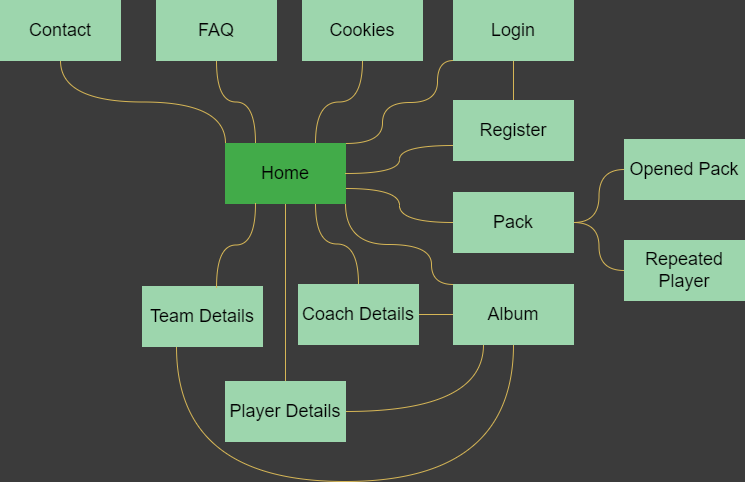
This is docs/mapaWebCVC.png from javieramosfuentes/CVC_projecte_javi, a draw.io export, as it was before one commit. Source tidied: cells renumbered, new cells last; positions are measured from the earlier drawing's top-left corner, leaving out a move shared by most shapes. Source of this version:
```xml
<mxGraphModel background="#3B3B3B">
  <root>
    <mxCell id="0" />
    <mxCell id="1" parent="0" />
    <mxCell id="2" style="edgeStyle=orthogonalEdgeStyle;rounded=0;jettySize=auto;html=1;exitX=0;exitY=0;exitDx=0;exitDy=0;entryX=0.5;entryY=1;entryDx=0;entryDy=0;flowAnimation=0;strokeColor=#d6b656;curved=1;fillColor=#fff2cc;endArrow=none;endFill=0;" parent="1" edge="1" source="10" target="21">
      <mxGeometry relative="1" as="geometry" />
    </mxCell>
    <mxCell id="3" style="edgeStyle=orthogonalEdgeStyle;rounded=0;jettySize=auto;html=1;exitX=0.25;exitY=0;exitDx=0;exitDy=0;entryX=0.5;entryY=1;entryDx=0;entryDy=0;curved=1;fillColor=#fff2cc;strokeColor=#d6b656;endArrow=none;endFill=0;" parent="1" edge="1" source="10" target="27">
      <mxGeometry relative="1" as="geometry" />
    </mxCell>
    <mxCell id="4" style="edgeStyle=orthogonalEdgeStyle;rounded=0;jettySize=auto;html=1;exitX=0.75;exitY=0;exitDx=0;exitDy=0;entryX=0.5;entryY=1;entryDx=0;entryDy=0;curved=1;fillColor=#fff2cc;strokeColor=#d6b656;endArrow=none;endFill=0;" parent="1" edge="1" source="10" target="28">
      <mxGeometry relative="1" as="geometry" />
    </mxCell>
    <mxCell id="5" style="edgeStyle=orthogonalEdgeStyle;rounded=0;jettySize=auto;html=1;exitX=1;exitY=0;exitDx=0;exitDy=0;entryX=0;entryY=1;entryDx=0;entryDy=0;curved=1;fillColor=#fff2cc;strokeColor=#d6b656;endArrow=none;endFill=0;" parent="1" edge="1" source="10" target="18">
      <mxGeometry relative="1" as="geometry">
        <Array as="points">
          <mxPoint x="382" y="143" />
          <mxPoint x="382" y="102" />
          <mxPoint x="437" y="102" />
          <mxPoint x="437" y="60" />
        </Array>
      </mxGeometry>
    </mxCell>
    <mxCell id="6" style="edgeStyle=orthogonalEdgeStyle;rounded=0;jettySize=auto;html=1;exitX=1;exitY=0.75;exitDx=0;exitDy=0;curved=1;fillColor=#fff2cc;strokeColor=#d6b656;endArrow=none;endFill=0;" parent="1" edge="1" source="10" target="23">
      <mxGeometry relative="1" as="geometry" />
    </mxCell>
    <mxCell id="7" style="edgeStyle=orthogonalEdgeStyle;rounded=0;jettySize=auto;html=1;exitX=1;exitY=1;exitDx=0;exitDy=0;entryX=0;entryY=0;entryDx=0;entryDy=0;curved=1;fillColor=#fff2cc;strokeColor=#d6b656;endArrow=none;endFill=0;" parent="1" edge="1" source="10" target="24">
      <mxGeometry relative="1" as="geometry">
        <Array as="points">
          <mxPoint x="345" y="244" />
          <mxPoint x="431" y="244" />
          <mxPoint x="431" y="284" />
        </Array>
      </mxGeometry>
    </mxCell>
    <mxCell id="8" style="edgeStyle=orthogonalEdgeStyle;rounded=0;jettySize=auto;html=1;exitX=0.75;exitY=1;exitDx=0;exitDy=0;curved=1;fillColor=#fff2cc;strokeColor=#d6b656;endArrow=none;endFill=0;" parent="1" edge="1" source="10" target="12">
      <mxGeometry relative="1" as="geometry" />
    </mxCell>
    <mxCell id="9" style="edgeStyle=orthogonalEdgeStyle;rounded=0;jettySize=auto;html=1;exitX=0.5;exitY=1;exitDx=0;exitDy=0;entryX=0.5;entryY=0;entryDx=0;entryDy=0;curved=1;fillColor=#fff2cc;strokeColor=#d6b656;endArrow=none;endFill=0;" parent="1" edge="1" source="10" target="14">
      <mxGeometry relative="1" as="geometry" />
    </mxCell>
    <mxCell id="10" value="&lt;font style=&quot;font-size: 18px;&quot;&gt;Home&lt;/font&gt;" style="rounded=0;whiteSpace=wrap;html=1;fillColor=#42AB49;strokeColor=#42AB49;" parent="1" vertex="1">
      <mxGeometry x="225" y="143" width="120" height="60" as="geometry" />
    </mxCell>
    <mxCell id="11" style="edgeStyle=orthogonalEdgeStyle;rounded=0;jettySize=auto;html=1;entryX=0;entryY=0.5;entryDx=0;entryDy=0;fillColor=#fff2cc;strokeColor=#d6b656;curved=1;endArrow=none;endFill=0;" parent="1" edge="1" source="12" target="24">
      <mxGeometry relative="1" as="geometry" />
    </mxCell>
    <mxCell id="12" value="&lt;font style=&quot;font-size: 18px;&quot;&gt;Coach Details&lt;/font&gt;" style="rounded=0;whiteSpace=wrap;html=1;fillColor=#9DD6AD;strokeColor=#9DD6AD;" parent="1" vertex="1">
      <mxGeometry x="298" y="284" width="120" height="60" as="geometry" />
    </mxCell>
    <mxCell id="13" style="edgeStyle=orthogonalEdgeStyle;rounded=0;jettySize=auto;html=1;entryX=0.25;entryY=1;entryDx=0;entryDy=0;curved=1;fillColor=#fff2cc;strokeColor=#d6b656;endArrow=none;endFill=0;" parent="1" edge="1" source="14" target="24">
      <mxGeometry relative="1" as="geometry" />
    </mxCell>
    <mxCell id="14" value="&lt;font style=&quot;font-size: 18px;&quot;&gt;Player Details&lt;/font&gt;" style="rounded=0;whiteSpace=wrap;html=1;fillColor=#9DD6AD;strokeColor=#9DD6AD;" parent="1" vertex="1">
      <mxGeometry x="225" y="381" width="120" height="60" as="geometry" />
    </mxCell>
    <mxCell id="15" style="edgeStyle=orthogonalEdgeStyle;rounded=0;jettySize=auto;html=1;entryX=0.5;entryY=1;entryDx=0;entryDy=0;curved=1;fillColor=#fff2cc;strokeColor=#d6b656;endArrow=none;endFill=0;" parent="1" edge="1" source="16" target="24">
      <mxGeometry relative="1" as="geometry">
        <Array as="points">
          <mxPoint x="176" y="481" />
          <mxPoint x="513" y="481" />
        </Array>
      </mxGeometry>
    </mxCell>
    <mxCell id="16" value="&lt;font style=&quot;font-size: 18px;&quot;&gt;Team&amp;nbsp;&lt;/font&gt;&lt;span style=&quot;font-size: 18px; background-color: initial;&quot;&gt;Details&lt;/span&gt;" style="rounded=0;whiteSpace=wrap;html=1;fillColor=#9DD6AD;strokeColor=#9DD6AD;" parent="1" vertex="1">
      <mxGeometry x="142" y="286" width="120" height="60" as="geometry" />
    </mxCell>
    <mxCell id="17" style="edgeStyle=orthogonalEdgeStyle;rounded=0;jettySize=auto;html=1;entryX=0.5;entryY=0;entryDx=0;entryDy=0;endArrow=none;endFill=0;fillColor=#fff2cc;strokeColor=#d6b656;" parent="1" edge="1" source="18" target="20">
      <mxGeometry relative="1" as="geometry" />
    </mxCell>
    <mxCell id="18" value="&lt;font style=&quot;font-size: 18px;&quot;&gt;Login&lt;/font&gt;" style="rounded=0;whiteSpace=wrap;html=1;fillColor=#9dd6ad;strokeColor=#9DD6AD;" parent="1" vertex="1">
      <mxGeometry x="453" width="120" height="60" as="geometry" />
    </mxCell>
    <mxCell id="19" style="edgeStyle=orthogonalEdgeStyle;rounded=0;jettySize=auto;html=1;exitX=1;exitY=0.5;exitDx=0;exitDy=0;curved=1;fillColor=#fff2cc;strokeColor=#d6b656;endArrow=none;endFill=0;" parent="1" edge="1" source="23" target="25">
      <mxGeometry relative="1" as="geometry" />
    </mxCell>
    <mxCell id="20" value="&lt;font style=&quot;font-size: 18px;&quot;&gt;Register&lt;/font&gt;" style="rounded=0;whiteSpace=wrap;html=1;fillColor=#9DD6AD;strokeColor=#9DD6AD;" parent="1" vertex="1">
      <mxGeometry x="453" y="100" width="120" height="60" as="geometry" />
    </mxCell>
    <mxCell id="21" value="&lt;font style=&quot;font-size: 18px;&quot;&gt;Contact&lt;/font&gt;" style="rounded=0;whiteSpace=wrap;html=1;fillColor=#9dd6ad;strokeColor=#9DD6AD;" parent="1" vertex="1">
      <mxGeometry width="120" height="60" as="geometry" />
    </mxCell>
    <mxCell id="22" style="edgeStyle=orthogonalEdgeStyle;rounded=0;jettySize=auto;html=1;entryX=0;entryY=0.5;entryDx=0;entryDy=0;curved=1;fillColor=#fff2cc;strokeColor=#d6b656;endArrow=none;endFill=0;" parent="1" edge="1" source="23" target="26">
      <mxGeometry relative="1" as="geometry" />
    </mxCell>
    <mxCell id="23" value="&lt;font style=&quot;font-size: 18px;&quot;&gt;Pack&lt;/font&gt;" style="rounded=0;whiteSpace=wrap;html=1;fillColor=#9DD6AD;strokeColor=#9DD6AD;" parent="1" vertex="1">
      <mxGeometry x="453" y="192" width="120" height="60" as="geometry" />
    </mxCell>
    <mxCell id="24" value="&lt;span style=&quot;font-size: 18px;&quot;&gt;Album&lt;/span&gt;" style="rounded=0;whiteSpace=wrap;html=1;fillColor=#9DD6AD;strokeColor=#9DD6AD;" parent="1" vertex="1">
      <mxGeometry x="453" y="284" width="120" height="60" as="geometry" />
    </mxCell>
    <mxCell id="25" value="&lt;font style=&quot;font-size: 18px;&quot;&gt;Opened Pack&lt;/font&gt;" style="rounded=0;whiteSpace=wrap;html=1;fillColor=#9DD6AD;strokeColor=#9DD6AD;" parent="1" vertex="1">
      <mxGeometry x="624" y="139" width="120" height="60" as="geometry" />
    </mxCell>
    <mxCell id="26" value="&lt;font style=&quot;font-size: 18px;&quot;&gt;Repeated Player&lt;/font&gt;" style="rounded=0;whiteSpace=wrap;html=1;fillColor=#9DD6AD;strokeColor=#9DD6AD;" parent="1" vertex="1">
      <mxGeometry x="624" y="240" width="120" height="60" as="geometry" />
    </mxCell>
    <mxCell id="27" value="&lt;font style=&quot;font-size: 18px;&quot;&gt;FAQ&lt;/font&gt;" style="rounded=0;whiteSpace=wrap;html=1;fillColor=#9dd6ad;strokeColor=#9DD6AD;" parent="1" vertex="1">
      <mxGeometry x="156" width="120" height="60" as="geometry" />
    </mxCell>
    <mxCell id="28" value="&lt;font style=&quot;font-size: 18px;&quot;&gt;Cookies&lt;/font&gt;" style="rounded=0;whiteSpace=wrap;html=1;fillColor=#9dd6ad;strokeColor=#9DD6AD;" parent="1" vertex="1">
      <mxGeometry x="302" width="120" height="60" as="geometry" />
    </mxCell>
    <mxCell id="29" style="edgeStyle=orthogonalEdgeStyle;rounded=0;jettySize=auto;html=1;exitX=1;exitY=0.5;exitDx=0;exitDy=0;entryX=0;entryY=0.75;entryDx=0;entryDy=0;curved=1;fillColor=#fff2cc;strokeColor=#d6b656;endArrow=none;endFill=0;" parent="1" edge="1" source="10" target="20">
      <mxGeometry relative="1" as="geometry" />
    </mxCell>
    <mxCell id="30" style="edgeStyle=orthogonalEdgeStyle;rounded=0;jettySize=auto;html=1;exitX=0.25;exitY=1;exitDx=0;exitDy=0;entryX=0.617;entryY=0.017;entryDx=0;entryDy=0;entryPerimeter=0;curved=1;fillColor=#fff2cc;strokeColor=#d6b656;endArrow=none;endFill=0;" parent="1" edge="1" source="10" target="16">
      <mxGeometry relative="1" as="geometry" />
    </mxCell>
  </root>
</mxGraphModel>
```
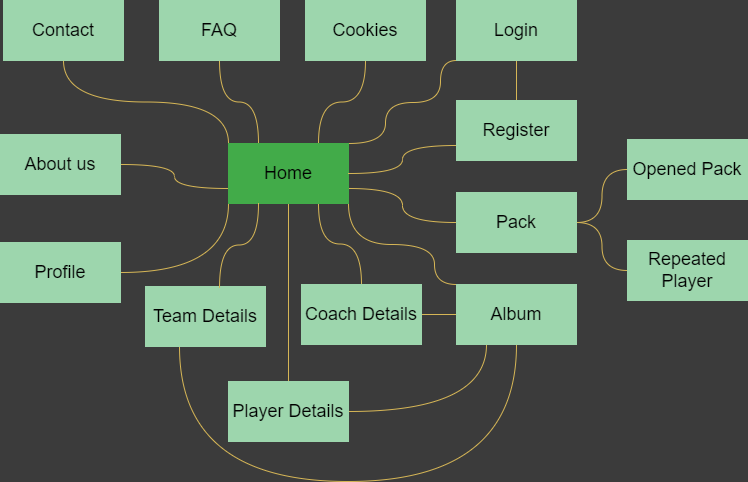
Later version of the same file.

Commit message:
creating wireframes for login, home, pack

Change to the diagram source:
```diff
@@ -39,6 +39,9 @@
     <mxCell id="9" style="edgeStyle=orthogonalEdgeStyle;rounded=0;jettySize=auto;html=1;exitX=0.5;exitY=1;exitDx=0;exitDy=0;entryX=0.5;entryY=0;entryDx=0;entryDy=0;curved=1;fillColor=#fff2cc;strokeColor=#d6b656;endArrow=none;endFill=0;" parent="1" edge="1" source="10" target="14">
       <mxGeometry relative="1" as="geometry" />
     </mxCell>
+    <mxCell id="31" style="edgeStyle=orthogonalEdgeStyle;rounded=0;jettySize=auto;html=1;exitX=0;exitY=1;exitDx=0;exitDy=0;entryX=1;entryY=0.5;entryDx=0;entryDy=0;curved=1;endArrow=none;endFill=0;fillColor=#fff2cc;strokeColor=#d6b656;" parent="1" edge="1" source="10" target="34">
+      <mxGeometry relative="1" as="geometry" />
+    </mxCell>
     <mxCell id="10" value="&lt;font style=&quot;font-size: 18px;&quot;&gt;Home&lt;/font&gt;" style="rounded=0;whiteSpace=wrap;html=1;fillColor=#42AB49;strokeColor=#42AB49;" parent="1" vertex="1">
       <mxGeometry x="225" y="143" width="120" height="60" as="geometry" />
     </mxCell>
@@ -107,5 +110,14 @@
     <mxCell id="30" style="edgeStyle=orthogonalEdgeStyle;rounded=0;jettySize=auto;html=1;exitX=0.25;exitY=1;exitDx=0;exitDy=0;entryX=0.617;entryY=0.017;entryDx=0;entryDy=0;entryPerimeter=0;curved=1;fillColor=#fff2cc;strokeColor=#d6b656;endArrow=none;endFill=0;" parent="1" edge="1" source="10" target="16">
       <mxGeometry relative="1" as="geometry" />
     </mxCell>
+    <mxCell id="32" style="edgeStyle=orthogonalEdgeStyle;rounded=0;jettySize=auto;html=1;entryX=0;entryY=0.75;entryDx=0;entryDy=0;curved=1;fillColor=#fff2cc;strokeColor=#d6b656;endArrow=none;endFill=0;" parent="1" edge="1" source="33" target="10">
+      <mxGeometry relative="1" as="geometry" />
+    </mxCell>
+    <mxCell id="33" value="&lt;font style=&quot;font-size: 18px;&quot;&gt;About us&lt;/font&gt;" style="rounded=0;whiteSpace=wrap;html=1;fillColor=#9dd6ad;strokeColor=#9DD6AD;" parent="1" vertex="1">
+      <mxGeometry x="-3" y="134" width="120" height="60" as="geometry" />
+    </mxCell>
+    <mxCell id="34" value="&lt;font style=&quot;font-size: 18px;&quot;&gt;Profile&lt;/font&gt;" style="rounded=0;whiteSpace=wrap;html=1;fillColor=#9dd6ad;strokeColor=#9DD6AD;" parent="1" vertex="1">
+      <mxGeometry x="-3" y="242" width="120" height="60" as="geometry" />
+    </mxCell>
   </root>
 </mxGraphModel>
```
